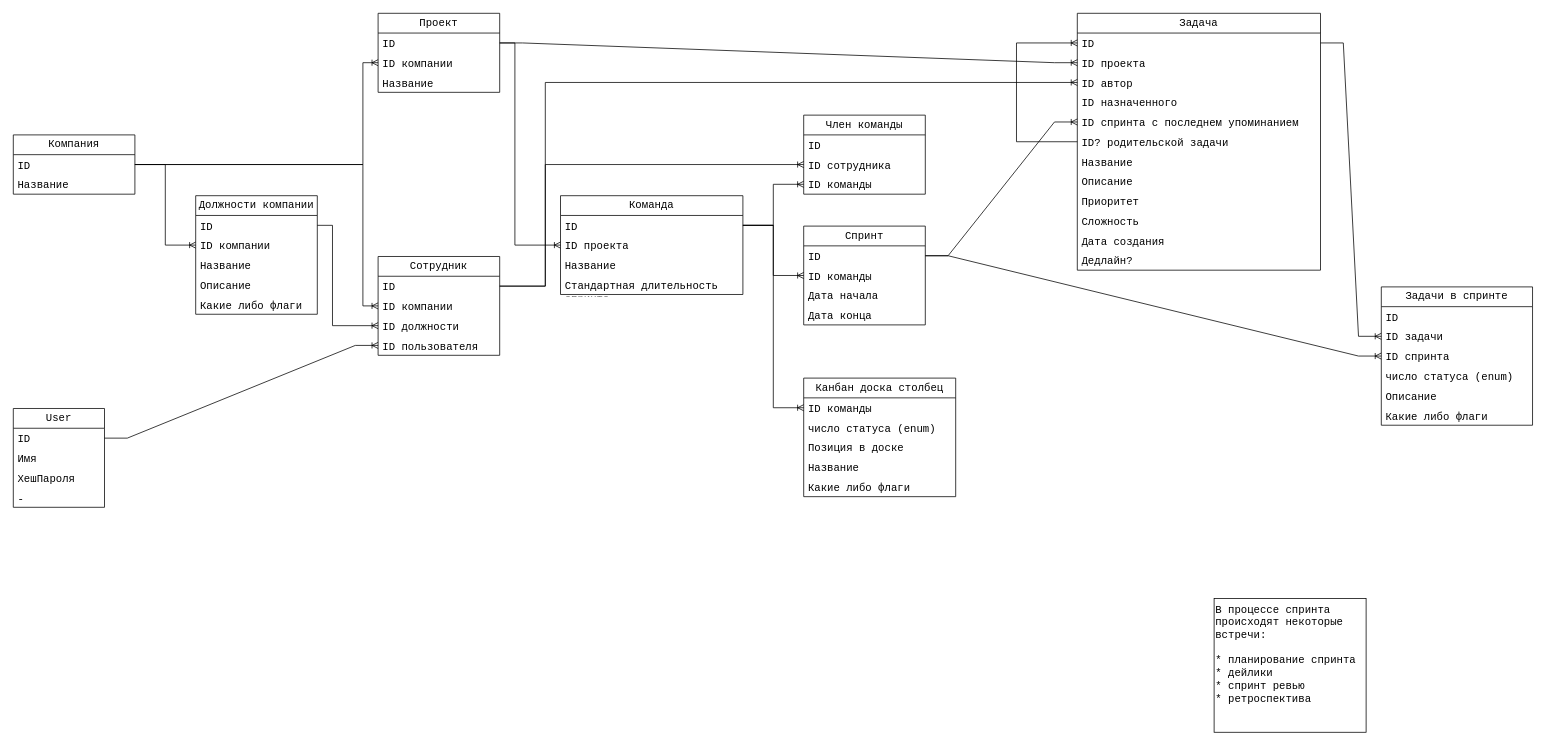
The draw.io diagram page "Сущности" (1 of 2) of Схемы/Сущности.drawio in DP1415/CorporateMessengerWithAgile, before the edit. Source tidied: cells renumbered, new cells numbered last; positions are measured from the earlier drawing's top-left corner, leaving out a move shared by most shapes. Both pictures are drawn from the tidied source at 76%, with x=0, y=0 at pixel (13, 13).
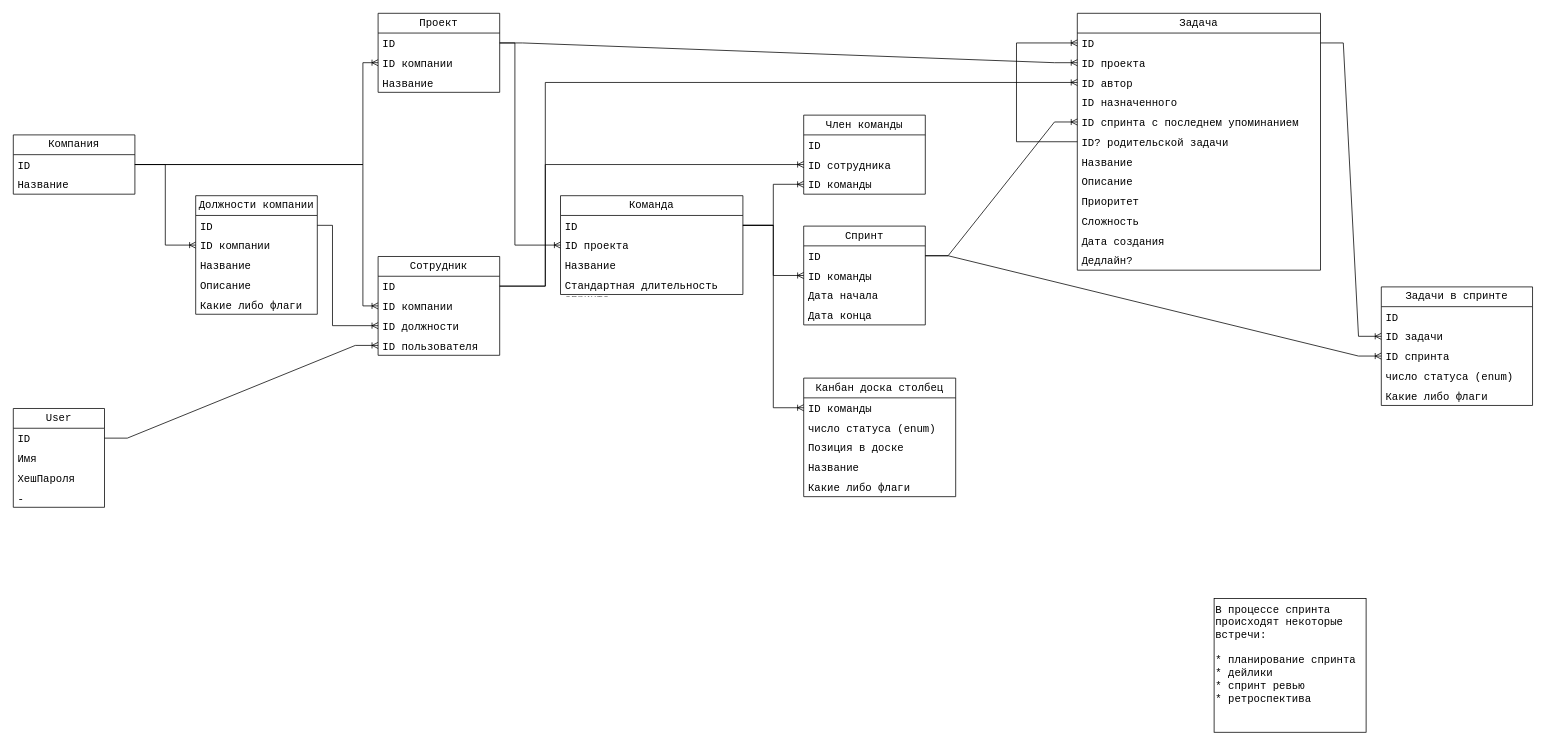
Above is the later version.

Diff of the diagram source:
```diff
@@
     <mxCell id="66" value="Задачи в спринте" style="swimlane;fontStyle=0;horizontal=1;startSize=26;fillColor=none;whiteSpace=wrap;fontFamily=consolas;fontSize=14;html=1;" parent="1" vertex="1">
-      <mxGeometry x="1800" y="360" width="199" height="182" as="geometry" />
+      <mxGeometry x="1800" y="360" width="199" height="156" as="geometry" />
     </mxCell>
@@
-    <mxCell id="71" value="Описание" style="text;strokeColor=none;fillColor=none;align=left;verticalAlign=top;spacingLeft=4;spacingRight=4;overflow=hidden;whiteSpace=wrap;fontFamily=consolas;fontSize=14;html=1;" parent="66" vertex="1">
-      <mxGeometry y="130" width="199" height="26" as="geometry" />
-    </mxCell>
     <mxCell id="72" value="Какие либо флаги" style="text;strokeColor=none;fillColor=none;align=left;verticalAlign=top;spacingLeft=4;spacingRight=4;overflow=hidden;whiteSpace=wrap;fontFamily=consolas;fontSize=14;html=1;" parent="66" vertex="1">
-      <mxGeometry y="156" width="199" height="26" as="geometry" />
+      <mxGeometry y="130" width="199" height="26" as="geometry" />
     </mxCell>
```
